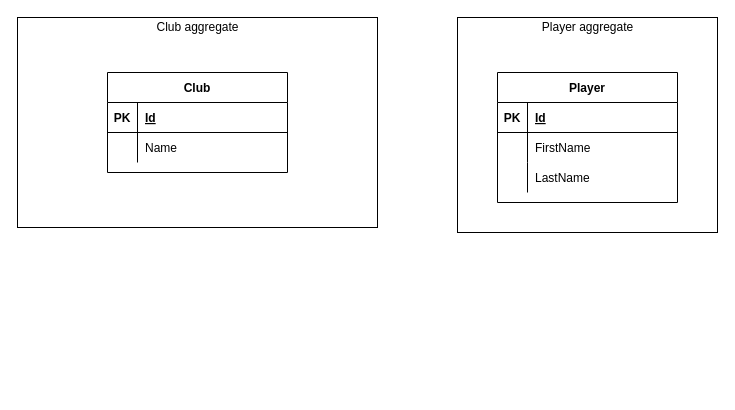
Earlier version of the draw.io diagram documentation/ERD.drawio (steffbeckers/snooker). Source tidied: cells renumbered, new cells numbered last; positions are measured from the earlier drawing's top-left corner, leaving out a move shared by most shapes. Both pictures are drawn from the tidied source at 100%, with x=0, y=0 at pixel (17, 17).
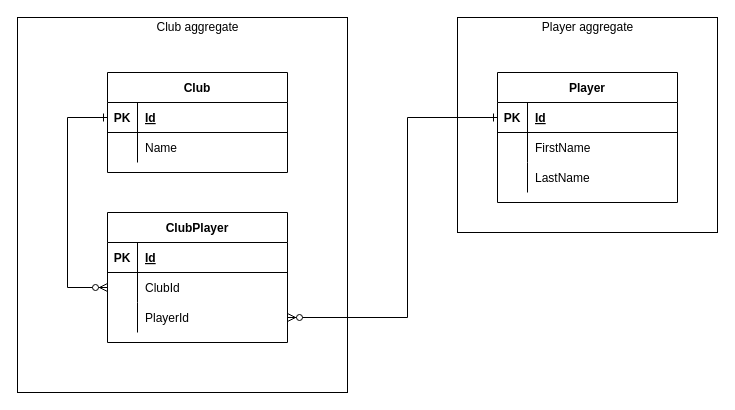
After the change.

Commit message (it also covers changes not shown here):
Updates on code formatting and config + ERD update

The change refers to these unchanged cells:
```xml
<mxCell id="5" style="shape=partialRectangle;fillColor=none;top=0;left=0;bottom=1;right=0;points=[[0,0.5],[1,0.5]];portConstraint=eastwest;" parent="4" vertex="1">
  <mxGeometry y="30" width="180" height="30" as="geometry" />
</mxCell>
<mxCell id="13" style="shape=partialRectangle;fillColor=none;top=0;left=0;bottom=1;right=0;points=[[0,0.5],[1,0.5]];portConstraint=eastwest;" parent="12" vertex="1">
  <mxGeometry y="30" width="180" height="30" as="geometry" />
</mxCell>
```

What changed in the source:
```diff
@@
     <mxCell id="3" style="whiteSpace=wrap;html=1;" parent="1" vertex="1">
-      <mxGeometry width="360" height="210" as="geometry" />
+      <mxGeometry width="330" height="375" as="geometry" />
     </mxCell>
@@
+    <mxCell id="23" value="ClubPlayer" style="shape=table;startSize=30;childLayout=tableLayout;rowLines=0;fontStyle=1;align=center;" parent="1" vertex="1">
+      <mxGeometry x="90" y="195" width="180" height="130" as="geometry" />
+    </mxCell>
+    <mxCell id="24" style="shape=partialRectangle;fillColor=none;top=0;left=0;bottom=1;right=0;" parent="23" vertex="1">
+      <mxGeometry y="30" width="180" height="30" as="geometry" />
+    </mxCell>
+    <mxCell id="25" value="PK" style="shape=partialRectangle;fillColor=none;top=0;left=0;bottom=0;right=0;fontStyle=1;overflow=hidden;" parent="24" vertex="1">
+      <mxGeometry width="30" height="30" as="geometry" />
+    </mxCell>
+    <mxCell id="26" value="Id" style="shape=partialRectangle;fillColor=none;top=0;left=0;bottom=0;right=0;align=left;spacingLeft=6;fontStyle=5;overflow=hidden;" parent="24" vertex="1">
+      <mxGeometry x="30" width="150" height="30" as="geometry" />
+    </mxCell>
+    <mxCell id="27" style="shape=partialRectangle;fillColor=none;top=0;left=0;bottom=0;right=0;points=[[0,0.5],[1,0.5]];portConstraint=eastwest;" parent="23" vertex="1">
+      <mxGeometry y="60" width="180" height="30" as="geometry" />
+    </mxCell>
+    <mxCell id="28" style="shape=partialRectangle;fillColor=none;top=0;left=0;bottom=0;right=0;overflow=hidden;" parent="27" vertex="1">
+      <mxGeometry width="30" height="30" as="geometry" />
+    </mxCell>
+    <mxCell id="29" value="ClubId" style="shape=partialRectangle;fillColor=none;top=0;left=0;bottom=0;right=0;align=left;spacingLeft=6;overflow=hidden;" parent="27" vertex="1">
+      <mxGeometry x="30" width="150" height="30" as="geometry" />
+    </mxCell>
+    <mxCell id="30" style="shape=partialRectangle;fillColor=none;top=0;left=0;bottom=0;right=0;points=[[0,0.5],[1,0.5]];portConstraint=eastwest;" parent="23" vertex="1">
+      <mxGeometry y="90" width="180" height="30" as="geometry" />
+    </mxCell>
+    <mxCell id="31" style="shape=partialRectangle;fillColor=none;top=0;left=0;bottom=0;right=0;overflow=hidden;" parent="30" vertex="1">
+      <mxGeometry width="30" height="30" as="geometry" />
+    </mxCell>
+    <mxCell id="32" value="PlayerId" style="shape=partialRectangle;fillColor=none;top=0;left=0;bottom=0;right=0;align=left;spacingLeft=6;overflow=hidden;" parent="30" vertex="1">
+      <mxGeometry x="30" width="150" height="30" as="geometry" />
+    </mxCell>
+    <mxCell id="33" style="edgeStyle=orthogonalEdgeStyle;rounded=0;jettySize=auto;html=1;exitX=1;exitY=0.5;exitDx=0;exitDy=0;entryX=0;entryY=0.5;entryDx=0;entryDy=0;endArrow=ERone;endFill=0;startArrow=ERzeroToMany;startFill=1;" parent="1" edge="1" source="30" target="13">
+      <mxGeometry relative="1" as="geometry">
+        <Array as="points">
+          <mxPoint x="390" y="300" />
+          <mxPoint x="390" y="100" />
+        </Array>
+      </mxGeometry>
+    </mxCell>
+    <mxCell id="34" style="edgeStyle=orthogonalEdgeStyle;rounded=0;jettySize=auto;html=1;exitX=0;exitY=0.5;exitDx=0;exitDy=0;entryX=0;entryY=0.5;entryDx=0;entryDy=0;endArrow=ERone;endFill=0;startArrow=ERzeroToMany;startFill=1;" parent="1" edge="1" source="27" target="5">
+      <mxGeometry relative="1" as="geometry">
+        <Array as="points">
+          <mxPoint x="50" y="270" />
+          <mxPoint x="50" y="100" />
+        </Array>
+      </mxGeometry>
+    </mxCell>
```
